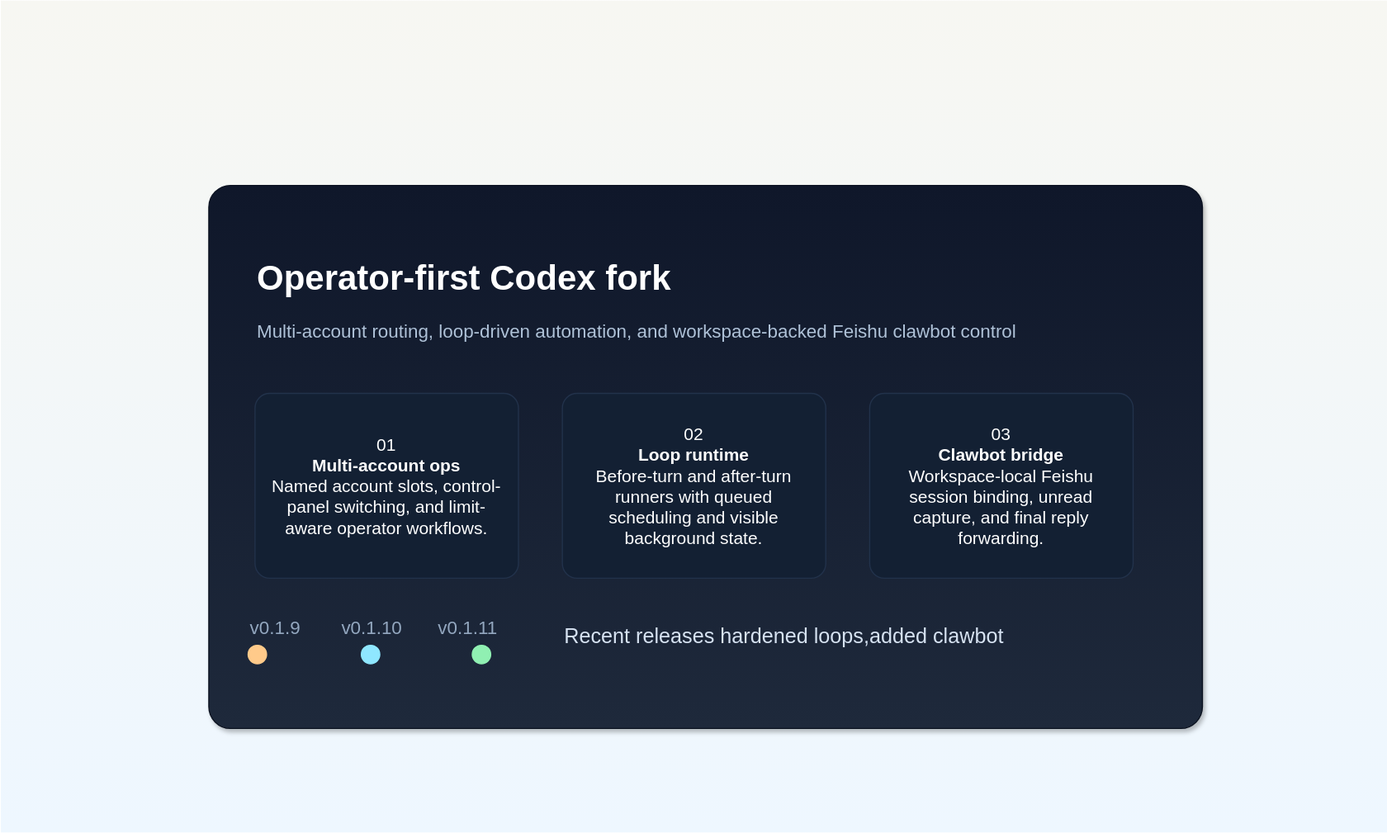
Earlier version of the draw.io export docs/assets/readme-hero.svg (Piping/codex-enhanced). Source tidied: cells renumbered, new cells last; positions are measured from the earlier drawing's top-left corner, leaving out a move shared by most shapes. Its diagram source:
```xml
<mxGraphModel>
  <root>
    <mxCell id="0" />
    <mxCell id="1" parent="0" />
    <mxCell id="2" style="rounded=0;whiteSpace=wrap;html=1;fillColor=#F7F7F2;gradientColor=#EEF7FF;strokeColor=none;" parent="1" vertex="1">
      <mxGeometry width="1200" height="720" as="geometry" />
    </mxCell>
    <mxCell id="3" style="rounded=1;whiteSpace=wrap;html=1;arcSize=4;fillColor=#0F172A;gradientColor=#1E293B;strokeColor=#0B1220;shadow=1;" parent="1" vertex="1">
      <mxGeometry x="180" y="160" width="860" height="470" as="geometry" />
    </mxCell>
    <mxCell id="4" value="Operator-first Codex fork" style="text;html=1;strokeColor=none;fillColor=none;align=left;verticalAlign=middle;fontSize=30;fontStyle=1;fontColor=#FFFFFF;" parent="1" vertex="1">
      <mxGeometry x="220" y="220" width="520" height="40" as="geometry" />
    </mxCell>
    <mxCell id="5" value="Multi-account routing, loop-driven automation, and workspace-backed Feishu clawbot control" style="text;html=1;strokeColor=none;fillColor=none;align=left;verticalAlign=top;fontSize=16;fontColor=#AFC2D8;" parent="1" vertex="1">
      <mxGeometry x="220" y="270" width="700" height="48" as="geometry" />
    </mxCell>
    <mxCell id="6" value="01&lt;br&gt;&lt;b&gt;Multi-account ops&lt;/b&gt;&lt;br&gt;Named account slots, control-panel switching, and limit-aware operator workflows." style="rounded=1;whiteSpace=wrap;html=1;arcSize=8;fillColor=#132033;strokeColor=#22324B;fontColor=#FFFFFF;fontSize=15;spacing=14;" parent="1" vertex="1">
      <mxGeometry x="220" y="340" width="228" height="160" as="geometry" />
    </mxCell>
    <mxCell id="7" value="02&lt;br&gt;&lt;b&gt;Loop runtime&lt;/b&gt;&lt;br&gt;Before-turn and after-turn runners with queued scheduling and visible background state." style="rounded=1;whiteSpace=wrap;html=1;arcSize=8;fillColor=#132033;strokeColor=#22324B;fontColor=#FFFFFF;fontSize=15;spacing=14;" parent="1" vertex="1">
      <mxGeometry x="486" y="340" width="228" height="160" as="geometry" />
    </mxCell>
    <mxCell id="8" value="03&lt;br&gt;&lt;b&gt;Clawbot bridge&lt;/b&gt;&lt;br&gt;Workspace-local Feishu session binding, unread capture, and final reply forwarding." style="rounded=1;whiteSpace=wrap;html=1;arcSize=8;fillColor=#132033;strokeColor=#22324B;fontColor=#FFFFFF;fontSize=15;spacing=14;" parent="1" vertex="1">
      <mxGeometry x="752" y="340" width="228" height="160" as="geometry" />
    </mxCell>
    <mxCell id="9" value="v0.1.9&amp;nbsp; &amp;nbsp; &amp;nbsp; &amp;nbsp; v0.1.10&amp;nbsp; &amp;nbsp; &amp;nbsp; &amp;nbsp;v0.1.11" style="text;html=1;strokeColor=none;fillColor=none;align=left;verticalAlign=middle;fontSize=16;fontColor=#93A7BF;" parent="1" vertex="1">
      <mxGeometry x="214" y="528" width="360" height="30" as="geometry" />
    </mxCell>
    <mxCell id="10" style="shape=line;html=1;strokeWidth=3;strokeColor=#30455F;" parent="1" vertex="1">
      <mxGeometry x="222" y="566" width="226" as="geometry" />
    </mxCell>
    <mxCell id="11" style="ellipse;html=1;fillColor=#FFCA8A;strokeColor=#FFCA8A;" parent="1" vertex="1">
      <mxGeometry x="214" y="558" width="16" height="16" as="geometry" />
    </mxCell>
    <mxCell id="12" style="ellipse;html=1;fillColor=#8FE7FF;strokeColor=#8FE7FF;" parent="1" vertex="1">
      <mxGeometry x="312" y="558" width="16" height="16" as="geometry" />
    </mxCell>
    <mxCell id="13" style="ellipse;html=1;fillColor=#90F0B2;strokeColor=#90F0B2;" parent="1" vertex="1">
      <mxGeometry x="408" y="558" width="16" height="16" as="geometry" />
    </mxCell>
    <mxCell id="14" value="Recent releases hardened loops,added clawbot" style="text;html=1;strokeColor=none;fillColor=none;align=left;verticalAlign=middle;fontSize=18;fontColor=#D6E2F1;" parent="1" vertex="1">
      <mxGeometry x="486" y="536" width="430" height="30" as="geometry" />
    </mxCell>
  </root>
</mxGraphModel>
```
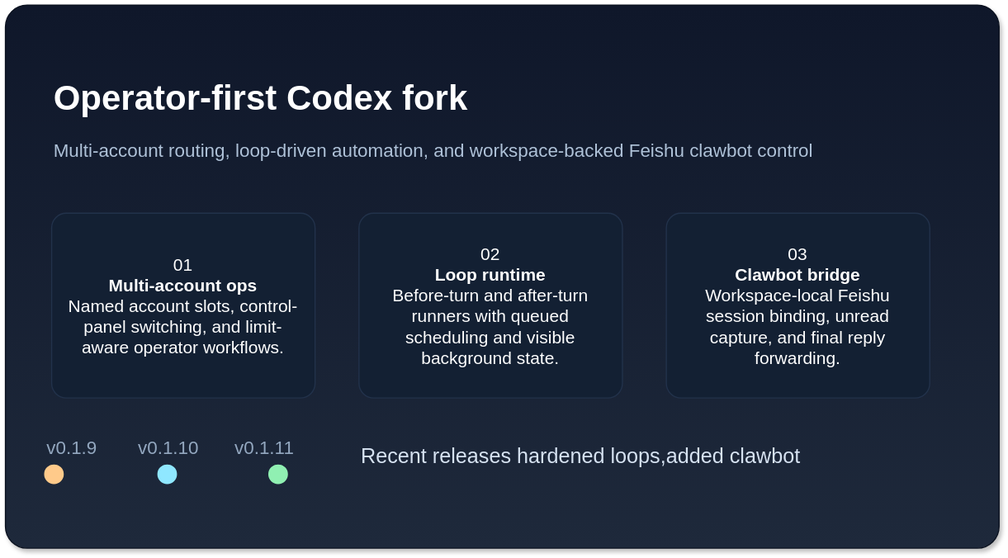
The same diagram one commit later.

Change to the diagram source:
```diff
@@ -2,9 +2,6 @@
   <root>
     <mxCell id="0" />
     <mxCell id="1" parent="0" />
-    <mxCell id="2" style="rounded=0;whiteSpace=wrap;html=1;fillColor=#F7F7F2;gradientColor=#EEF7FF;strokeColor=none;" parent="1" vertex="1">
-      <mxGeometry width="1200" height="720" as="geometry" />
-    </mxCell>
     <mxCell id="3" style="rounded=1;whiteSpace=wrap;html=1;arcSize=4;fillColor=#0F172A;gradientColor=#1E293B;strokeColor=#0B1220;shadow=1;" parent="1" vertex="1">
       <mxGeometry x="180" y="160" width="860" height="470" as="geometry" />
     </mxCell>
```
